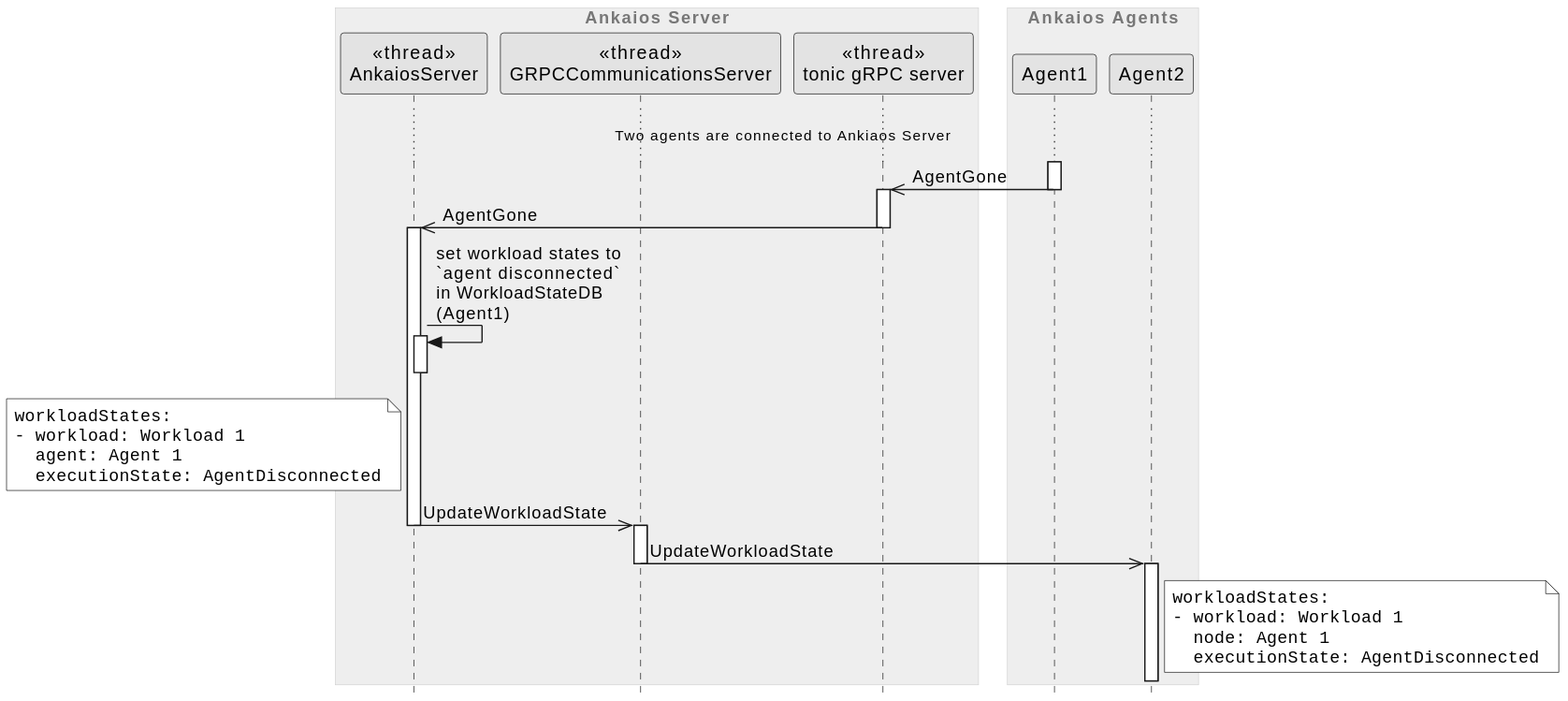
Earlier version of the PlantUML export server/doc/swdesign/plantuml/seq_set_wl_state_on_disconnected.svg (eclipse-ankaios/ankaios).
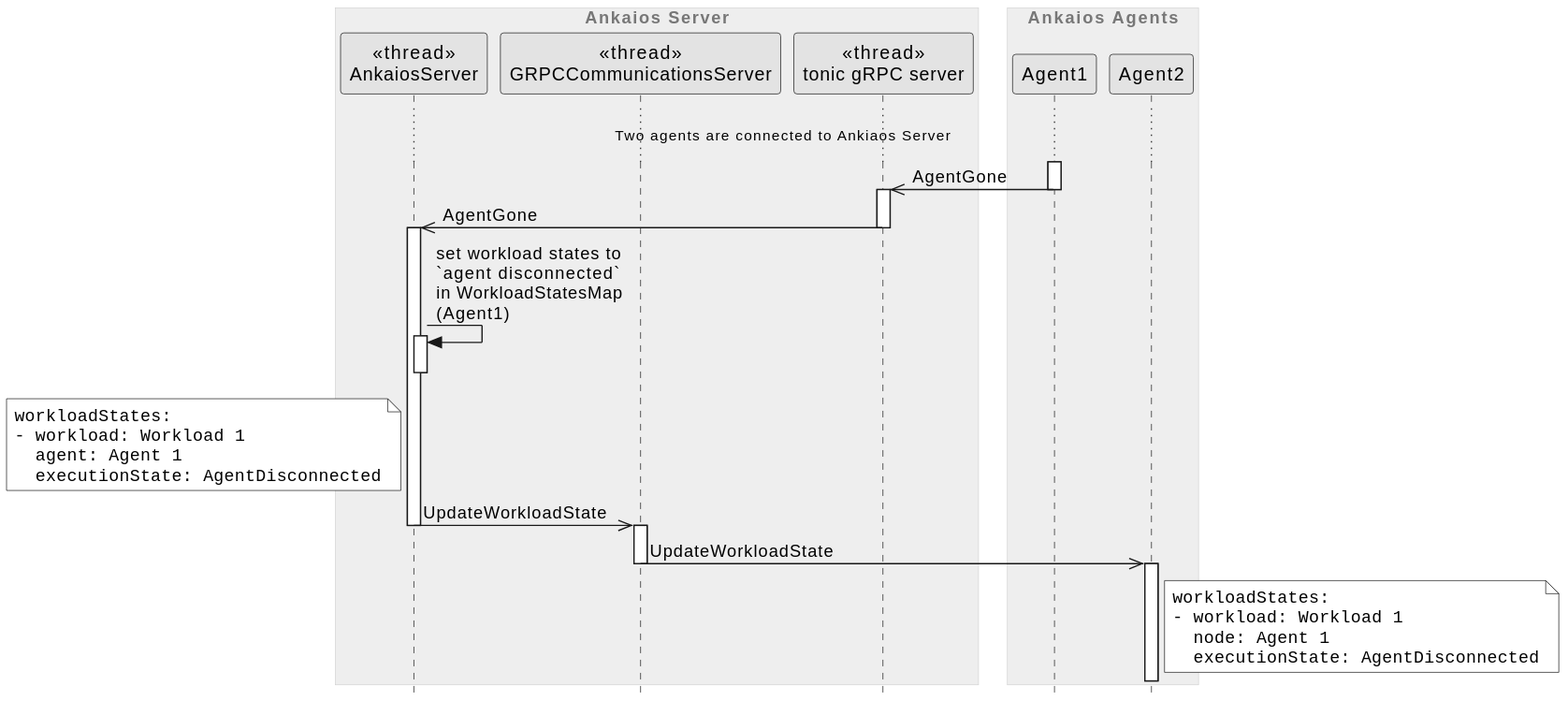
The same diagram one commit later.

Change to the diagram source:
```diff
@@ -16,7 +16,7 @@
 ...Two agents are connected to Ankiaos Server...
 agent1 ->> tonic_server --++: AgentGone
 tonic_server ->> server --++: AgentGone
-server -> server ++--: set workload states to \n`agent disconnected`\nin WorkloadStateDB\n(Agent1)
+server -> server ++--: set workload states to \n`agent disconnected`\nin WorkloadStatesMap\n(Agent1)
 note left server
         ""workloadStates:""
         ""- workload: Workload 1""
```
